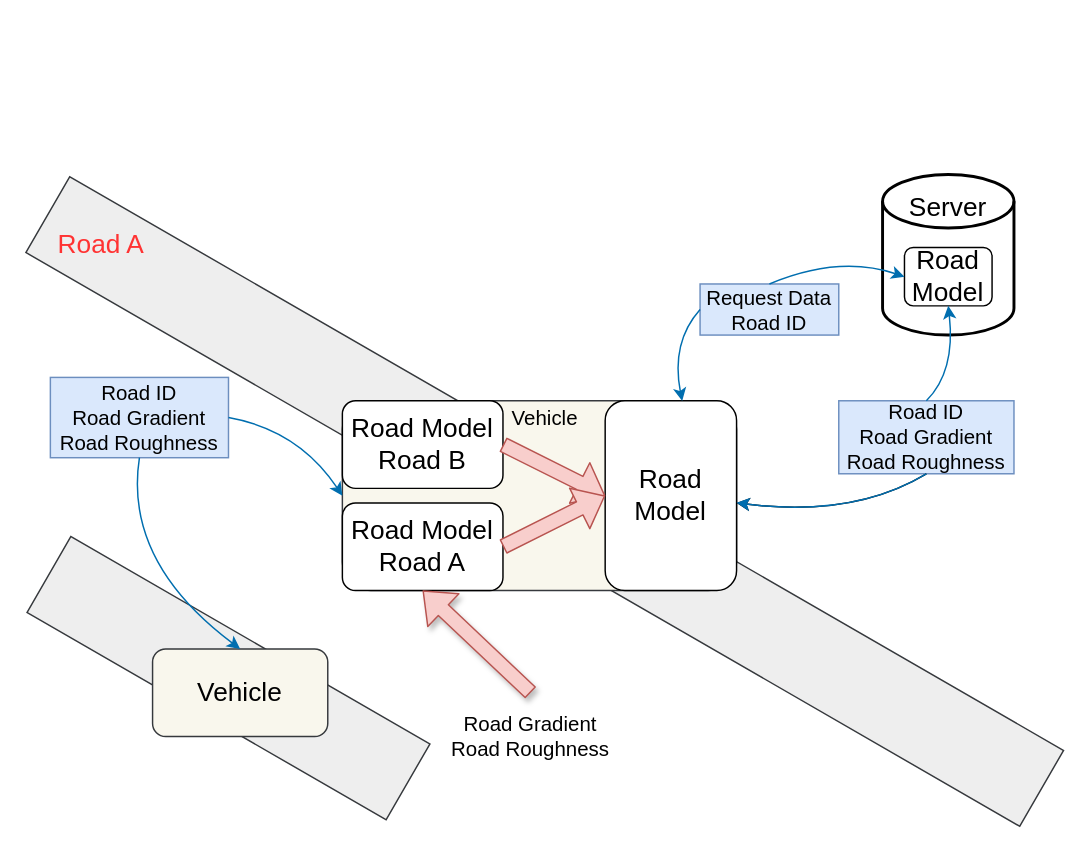
Before: ecotrec_road_model.drawio in prashant2063/diagrams, a draw.io diagram. Source tidied: cells renumbered, new cells numbered last; positions are measured from the earlier drawing's top-left corner, leaving out a move shared by most shapes. Both pictures are drawn from the tidied source at 146%, with x=0, y=0 at pixel (-29, 174).
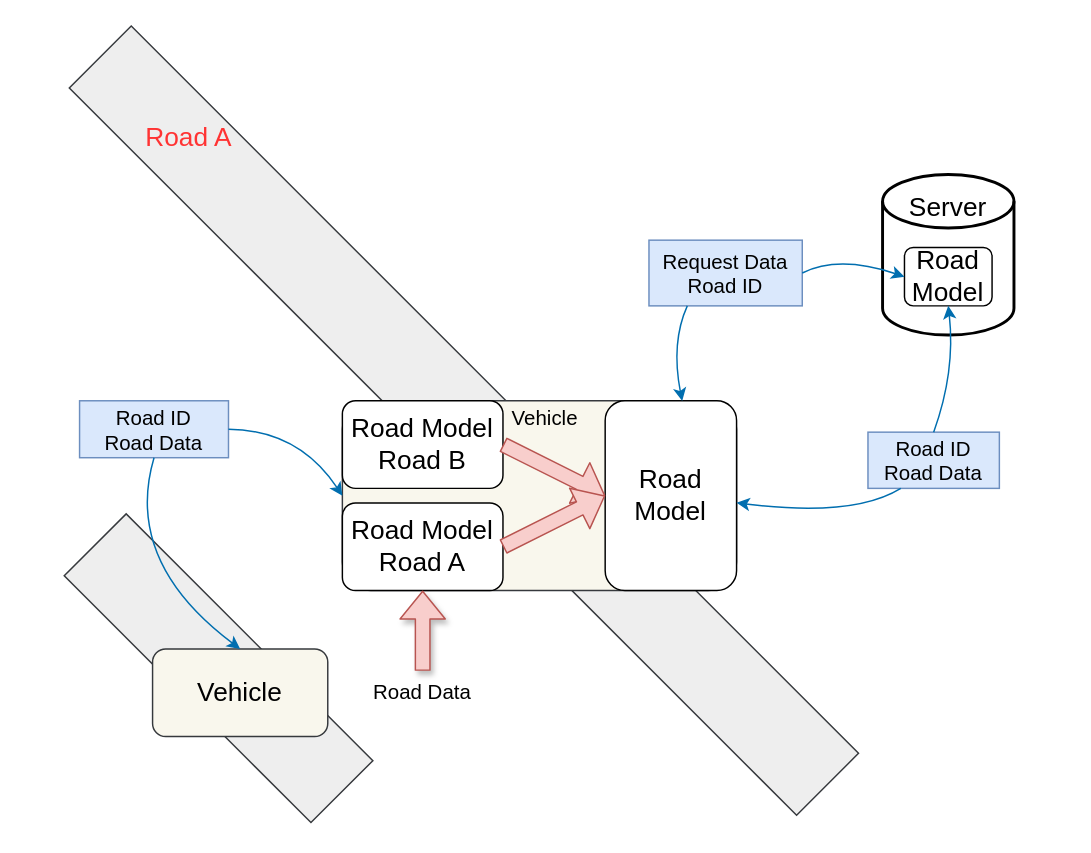
After the change.

The change refers to these unchanged cells:
```xml
<mxCell id="9" value="&lt;font style=&quot;font-size: 18px&quot;&gt;Road Model&lt;/font&gt;" style="rounded=1;whiteSpace=wrap;html=1;fillColor=none;" parent="1" vertex="1">
  <mxGeometry x="639" y="50" width="60" height="40" as="geometry" />
</mxCell>
<mxCell id="13" value="&lt;font style=&quot;font-size: 18px&quot;&gt;Road Model&lt;/font&gt;" style="rounded=1;whiteSpace=wrap;html=1;" parent="1" vertex="1">
  <mxGeometry x="434" y="155" width="90" height="130" as="geometry" />
</mxCell>
```

What changed in the source:
```diff
@@
-    <mxCell id="2" style="rounded=0;whiteSpace=wrap;html=1;fillColor=#eeeeee;rotation=30;strokeColor=#36393d;" parent="1" vertex="1">
-      <mxGeometry x="-0.4" y="194" width="786" height="60" as="geometry" />
+    <mxCell id="2" style="rounded=0;whiteSpace=wrap;html=1;fillColor=#eeeeee;rotation=45;strokeColor=#36393d;" parent="1" vertex="1">
+      <mxGeometry x="-15" y="138.6" width="704.5" height="60" as="geometry" />
     </mxCell>
@@
-    <mxCell id="4" style="rounded=0;whiteSpace=wrap;html=1;fillColor=#eeeeee;rotation=30;strokeColor=#36393d;" parent="1" vertex="1">
-      <mxGeometry x="34" y="315" width="284" height="60" as="geometry" />
+    <mxCell id="4" style="rounded=0;whiteSpace=wrap;html=1;fillColor=#eeeeee;rotation=45;strokeColor=#36393d;" parent="1" vertex="1">
+      <mxGeometry x="49.7" y="308.2" width="239" height="60" as="geometry" />
     </mxCell>
-    <mxCell id="5" value="&lt;font style=&quot;font-size: 14px&quot;&gt;Road ID&lt;br&gt;Road Gradient&lt;br&gt;Road Roughness&lt;/font&gt;" style="rounded=0;whiteSpace=wrap;html=1;fillColor=#dae8fc;strokeColor=#6c8ebf;" parent="1" vertex="1">
-      <mxGeometry x="54" y="139" width="122" height="55" as="geometry" />
+    <mxCell id="5" value="&lt;font style=&quot;font-size: 14px&quot;&gt;Road ID&lt;br&gt;Road Data&lt;/font&gt;" style="rounded=0;whiteSpace=wrap;html=1;fillColor=#dae8fc;strokeColor=#6c8ebf;" parent="1" vertex="1">
+      <mxGeometry x="74" y="155" width="102" height="39" as="geometry" />
     </mxCell>
@@
     <mxCell id="10" value="&lt;font style=&quot;font-size: 14px&quot;&gt;Request Data Road ID&lt;/font&gt;" style="rounded=0;whiteSpace=wrap;html=1;fillColor=#dae8fc;strokeColor=#6c8ebf;" parent="1" vertex="1">
-      <mxGeometry x="499" y="75" width="95" height="35" as="geometry" />
+      <mxGeometry x="464" y="45" width="105" height="45" as="geometry" />
     </mxCell>
-    <mxCell id="11" value="&lt;font style=&quot;font-size: 14px&quot;&gt;Road ID&lt;br&gt;Road Gradient&lt;br&gt;Road Roughness&lt;/font&gt;" style="rounded=0;whiteSpace=wrap;html=1;fillColor=#dae8fc;strokeColor=#6c8ebf;" parent="1" vertex="1">
-      <mxGeometry x="594" y="155" width="120" height="50" as="geometry" />
+    <mxCell id="11" value="&lt;span style=&quot;font-size: 14px&quot;&gt;Road ID&lt;br&gt;Road Data&lt;/span&gt;" style="rounded=0;whiteSpace=wrap;html=1;fillColor=#dae8fc;strokeColor=#6c8ebf;" parent="1" vertex="1">
+      <mxGeometry x="614" y="176.5" width="90" height="38.5" as="geometry" />
     </mxCell>
@@
-    <mxCell id="18" style="curved=1;endArrow=classic;html=1;shadow=0;entryX=0;entryY=0.5;entryDx=0;entryDy=0;exitX=0.5;exitY=0;exitDx=0;exitDy=0;fillColor=#1ba1e2;strokeColor=#006EAF;" parent="1" edge="1" source="10" target="9">
+    <mxCell id="18" style="curved=1;endArrow=classic;html=1;shadow=0;entryX=0;entryY=0.5;entryDx=0;entryDy=0;exitX=1;exitY=0.5;exitDx=0;exitDy=0;fillColor=#1ba1e2;strokeColor=#006EAF;" parent="1" edge="1" source="10" target="9">
       <mxGeometry relative="1" as="geometry">
         <Array as="points">
           <mxPoint x="594" y="55" />
         </Array>
       </mxGeometry>
     </mxCell>
-    <mxCell id="19" style="curved=1;endArrow=classic;html=1;shadow=0;entryX=0.586;entryY=0.001;entryDx=0;entryDy=0;entryPerimeter=0;exitX=0;exitY=0.5;exitDx=0;exitDy=0;fillColor=#1ba1e2;strokeColor=#006EAF;" parent="1" edge="1" source="10" target="13">
+    <mxCell id="19" style="curved=1;endArrow=classic;html=1;shadow=0;entryX=0.586;entryY=0.001;entryDx=0;entryDy=0;entryPerimeter=0;exitX=0.25;exitY=1;exitDx=0;exitDy=0;fillColor=#1ba1e2;strokeColor=#006EAF;" parent="1" edge="1" source="10" target="13">
       <mxGeometry relative="1" as="geometry">
         <Array as="points">
           <mxPoint x="479" y="115" />
         </Array>
       </mxGeometry>
     </mxCell>
@@
-    <mxCell id="21" style="curved=1;endArrow=classic;html=1;shadow=0;entryX=1;entryY=0.538;entryDx=0;entryDy=0;entryPerimeter=0;exitX=0.5;exitY=1;exitDx=0;exitDy=0;" parent="1" edge="1" source="11" target="13">
-      <mxGeometry relative="1" as="geometry">
-        <Array as="points">
-          <mxPoint x="604" y="235" />
-        </Array>
-      </mxGeometry>
-    </mxCell>
@@
-    <mxCell id="24" value="&lt;span style=&quot;font-size: 14px&quot;&gt;Road Gradient&lt;/span&gt;&lt;br style=&quot;font-size: 14px&quot;&gt;&lt;span style=&quot;font-size: 14px&quot;&gt;Road Roughness&lt;/span&gt;" style="text;html=1;strokeColor=none;fillColor=none;align=center;verticalAlign=middle;whiteSpace=wrap;rounded=0;" parent="1" vertex="1">
-      <mxGeometry x="318" y="355" width="130" height="60" as="geometry" />
+    <mxCell id="24" value="&lt;span style=&quot;font-size: 14px&quot;&gt;Road Data&lt;/span&gt;" style="text;html=1;strokeColor=none;fillColor=none;align=center;verticalAlign=middle;whiteSpace=wrap;rounded=0;" parent="1" vertex="1">
+      <mxGeometry x="264" y="340" width="90" height="30" as="geometry" />
     </mxCell>
     <mxCell id="25" value="&lt;font style=&quot;font-size: 18px&quot;&gt;Road A&lt;/font&gt;" style="text;html=1;strokeColor=none;fillColor=none;align=center;verticalAlign=middle;whiteSpace=wrap;rounded=0;fontColor=#FF3333;" parent="1" vertex="1">
-      <mxGeometry x="54" y="37.5" width="70" height="20" as="geometry" />
+      <mxGeometry x="114" y="-35" width="70" height="20" as="geometry" />
     </mxCell>
-    <mxCell id="26" style="curved=1;endArrow=classic;html=1;shadow=0;entryX=1;entryY=0.538;entryDx=0;entryDy=0;entryPerimeter=0;exitX=0.5;exitY=1;exitDx=0;exitDy=0;fillColor=#1ba1e2;strokeColor=#006EAF;" parent="1" edge="1">
+    <mxCell id="26" style="curved=1;endArrow=classic;html=1;shadow=0;entryX=1;entryY=0.538;entryDx=0;entryDy=0;entryPerimeter=0;exitX=0.25;exitY=1;exitDx=0;exitDy=0;fillColor=#1ba1e2;strokeColor=#006EAF;" parent="1" edge="1" source="11">
       <mxGeometry relative="1" as="geometry">
-        <mxPoint x="654" y="205" as="sourcePoint" />
         <mxPoint x="524" y="224.9" as="targetPoint" />
         <Array as="points">
           <mxPoint x="604" y="235" />
         </Array>
       </mxGeometry>
     </mxCell>
```
